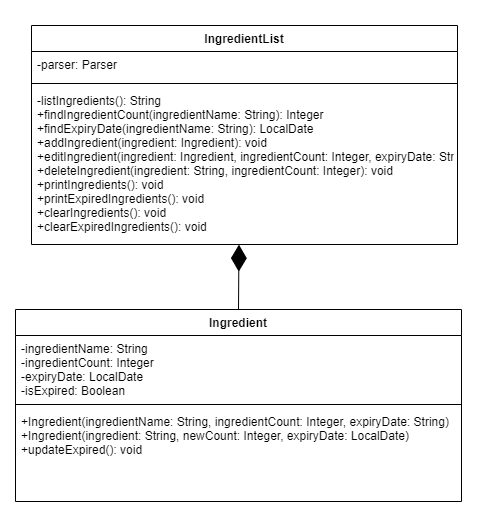
The draw.io diagram docs/UML/IngredientList/IngredientListClassDiagram.png in nus-cs2113-AY2223S2/tp, before a commit. Source tidied: cells renumbered, new cells last; positions are measured from the earlier drawing's top-left corner, leaving out a move shared by most shapes. The source it was exported from:
```xml
<mxGraphModel>
  <root>
    <mxCell id="0" />
    <mxCell id="1" parent="0" />
    <mxCell id="2" style="rounded=0;whiteSpace=wrap;html=1;strokeColor=none;" parent="1" vertex="1">
      <mxGeometry width="483" height="518" as="geometry" />
    </mxCell>
    <mxCell id="3" value="IngredientList" style="swimlane;fontStyle=1;align=center;verticalAlign=top;horizontal=1;startSize=26;" parent="1" vertex="1">
      <mxGeometry x="31" y="25" width="426" height="219" as="geometry" />
    </mxCell>
    <mxCell id="4" value="-parser: Parser" style="text;strokeColor=none;fillColor=none;align=left;verticalAlign=top;spacingLeft=4;spacingRight=4;overflow=hidden;" parent="3" vertex="1">
      <mxGeometry y="26" width="426" height="28" as="geometry" />
    </mxCell>
    <mxCell id="5" style="line;strokeWidth=1;fillColor=none;align=left;verticalAlign=middle;spacingTop=-1;spacingLeft=3;spacingRight=3;labelPosition=right;strokeColor=inherit;" parent="3" vertex="1">
      <mxGeometry y="54" width="426" height="8" as="geometry" />
    </mxCell>
    <mxCell id="6" value="-listIngredients(): String&#10;+findIngredientCount(ingredientName: String): Integer&#10;+findExpiryDate(ingredientName: String): LocalDate&#10;+addIngredient(ingredient: Ingredient): void&#10;+editIngredient(ingredient: Ingredient, ingredientCount: Integer, expiryDate: String): void&#10;+deleteIngredient(ingredient: String, ingredientCount: Integer): void&#10;+printIngredients(): void&#10;+printExpiredIngredients(): void&#10;+clearIngredients(): void&#10;+clearExpiredIngredients(): void" style="text;strokeColor=none;fillColor=none;align=left;verticalAlign=top;spacingLeft=4;spacingRight=4;overflow=hidden;points=[[0,0.5],[1,0.5]];portConstraint=eastwest;" parent="3" vertex="1">
      <mxGeometry y="62" width="426" height="157" as="geometry" />
    </mxCell>
    <mxCell id="7" value="Ingredient" style="swimlane;fontStyle=1;align=center;verticalAlign=top;horizontal=1;startSize=26;" parent="1" vertex="1">
      <mxGeometry x="15" y="309" width="446" height="192" as="geometry" />
    </mxCell>
    <mxCell id="8" value="-ingredientName: String&#10;-ingredientCount: Integer&#10;-expiryDate: LocalDate&#10;-isExpired: Boolean" style="text;strokeColor=none;fillColor=none;align=left;verticalAlign=top;spacingLeft=4;spacingRight=4;overflow=hidden;" parent="7" vertex="1">
      <mxGeometry y="26" width="446" height="65" as="geometry" />
    </mxCell>
    <mxCell id="9" style="line;strokeWidth=1;fillColor=none;align=left;verticalAlign=middle;spacingTop=-1;spacingLeft=3;spacingRight=3;labelPosition=right;strokeColor=inherit;" parent="7" vertex="1">
      <mxGeometry y="91" width="446" height="8" as="geometry" />
    </mxCell>
    <mxCell id="10" value="+Ingredient(ingredientName: String, ingredientCount: Integer, expiryDate: String)&#10;+Ingredient(ingredient: String, newCount: Integer, expiryDate: LocalDate)&#10;+updateExpired(): void" style="text;strokeColor=none;fillColor=none;align=left;verticalAlign=top;spacingLeft=4;spacingRight=4;overflow=hidden;" parent="7" vertex="1">
      <mxGeometry y="99" width="446" height="93" as="geometry" />
    </mxCell>
    <mxCell id="11" style="endArrow=diamondThin;endFill=1;endSize=24;html=1;rounded=0;exitX=0.5;exitY=0;exitDx=0;exitDy=0;entryX=0.487;entryY=1.001;entryDx=0;entryDy=0;entryPerimeter=0;" parent="1" edge="1" source="7" target="6">
      <mxGeometry relative="1" as="geometry" />
    </mxCell>
  </root>
</mxGraphModel>
```
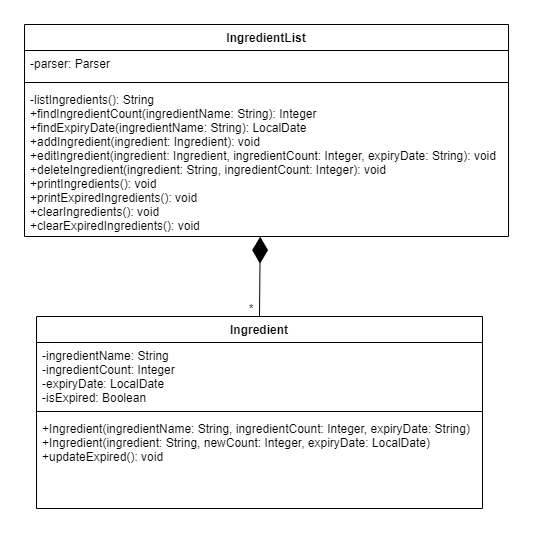
Above is the later version.

Change to the diagram source:
```diff
@@ -2,23 +2,23 @@
   <root>
     <mxCell id="0" />
     <mxCell id="1" parent="0" />
-    <mxCell id="2" style="rounded=0;whiteSpace=wrap;html=1;strokeColor=none;" parent="1" vertex="1">
-      <mxGeometry width="483" height="518" as="geometry" />
-    </mxCell>
+    <mxCell id="12" style="rounded=0;whiteSpace=wrap;html=1;strokeColor=none;" parent="1" vertex="1">
+      <mxGeometry x="7" y="1" width="537" height="534" as="geometry" />
+    </mxCell>
     <mxCell id="3" value="IngredientList" style="swimlane;fontStyle=1;align=center;verticalAlign=top;horizontal=1;startSize=26;" parent="1" vertex="1">
-      <mxGeometry x="31" y="25" width="426" height="219" as="geometry" />
+      <mxGeometry x="31" y="25" width="484" height="212" as="geometry" />
     </mxCell>
     <mxCell id="4" value="-parser: Parser" style="text;strokeColor=none;fillColor=none;align=left;verticalAlign=top;spacingLeft=4;spacingRight=4;overflow=hidden;" parent="3" vertex="1">
-      <mxGeometry y="26" width="426" height="28" as="geometry" />
+      <mxGeometry y="26" width="484" height="28" as="geometry" />
     </mxCell>
     <mxCell id="5" style="line;strokeWidth=1;fillColor=none;align=left;verticalAlign=middle;spacingTop=-1;spacingLeft=3;spacingRight=3;labelPosition=right;strokeColor=inherit;" parent="3" vertex="1">
-      <mxGeometry y="54" width="426" height="8" as="geometry" />
+      <mxGeometry y="54" width="484" height="8" as="geometry" />
     </mxCell>
     <mxCell id="6" value="-listIngredients(): String&#10;+findIngredientCount(ingredientName: String): Integer&#10;+findExpiryDate(ingredientName: String): LocalDate&#10;+addIngredient(ingredient: Ingredient): void&#10;+editIngredient(ingredient: Ingredient, ingredientCount: Integer, expiryDate: String): void&#10;+deleteIngredient(ingredient: String, ingredientCount: Integer): void&#10;+printIngredients(): void&#10;+printExpiredIngredients(): void&#10;+clearIngredients(): void&#10;+clearExpiredIngredients(): void" style="text;strokeColor=none;fillColor=none;align=left;verticalAlign=top;spacingLeft=4;spacingRight=4;overflow=hidden;points=[[0,0.5],[1,0.5]];portConstraint=eastwest;" parent="3" vertex="1">
-      <mxGeometry y="62" width="426" height="157" as="geometry" />
+      <mxGeometry y="62" width="484" height="150" as="geometry" />
     </mxCell>
     <mxCell id="7" value="Ingredient" style="swimlane;fontStyle=1;align=center;verticalAlign=top;horizontal=1;startSize=26;" parent="1" vertex="1">
-      <mxGeometry x="15" y="309" width="446" height="192" as="geometry" />
+      <mxGeometry x="43" y="317" width="446" height="192" as="geometry" />
     </mxCell>
     <mxCell id="8" value="-ingredientName: String&#10;-ingredientCount: Integer&#10;-expiryDate: LocalDate&#10;-isExpired: Boolean" style="text;strokeColor=none;fillColor=none;align=left;verticalAlign=top;spacingLeft=4;spacingRight=4;overflow=hidden;" parent="7" vertex="1">
       <mxGeometry y="26" width="446" height="65" as="geometry" />
@@ -32,5 +32,8 @@
     <mxCell id="11" style="endArrow=diamondThin;endFill=1;endSize=24;html=1;rounded=0;exitX=0.5;exitY=0;exitDx=0;exitDy=0;entryX=0.487;entryY=1.001;entryDx=0;entryDy=0;entryPerimeter=0;" parent="1" edge="1" source="7" target="6">
       <mxGeometry relative="1" as="geometry" />
     </mxCell>
+    <mxCell id="13" value="*" style="text;html=1;strokeColor=none;fillColor=none;align=center;verticalAlign=middle;whiteSpace=wrap;rounded=0;" parent="1" vertex="1">
+      <mxGeometry x="228" y="295" width="60" height="30" as="geometry" />
+    </mxCell>
   </root>
 </mxGraphModel>
```
